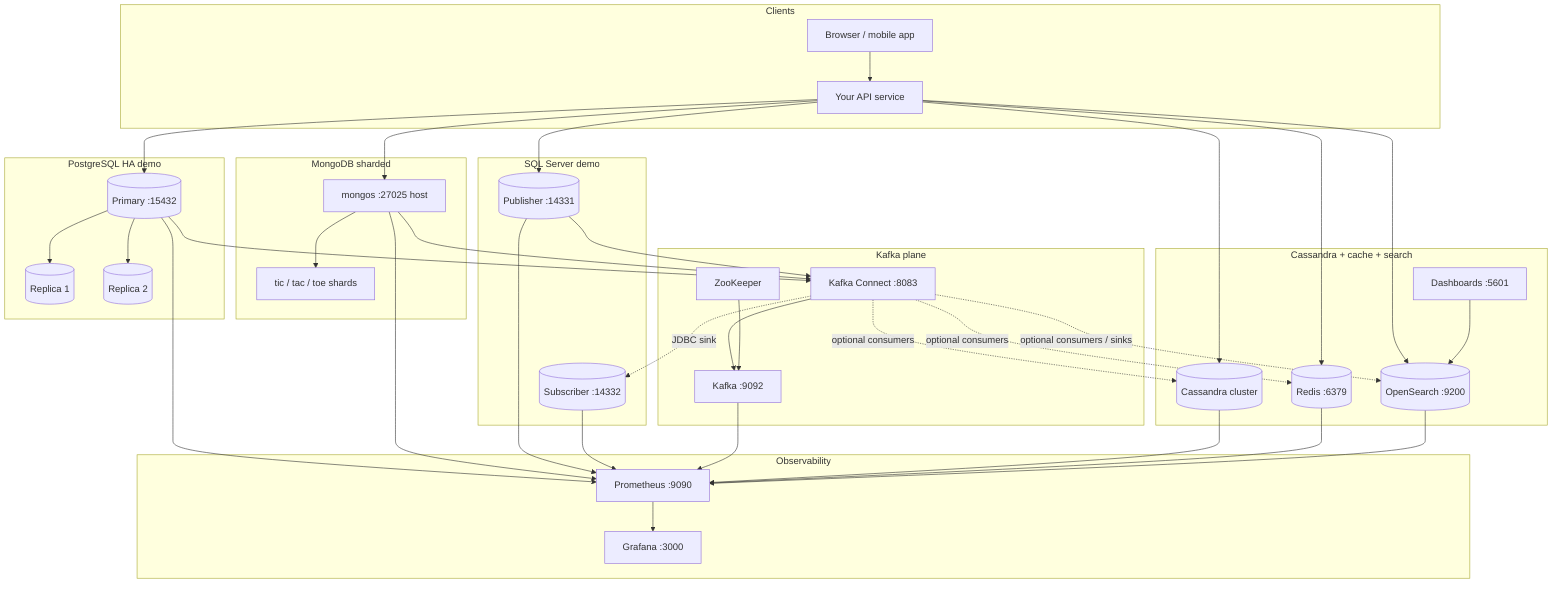
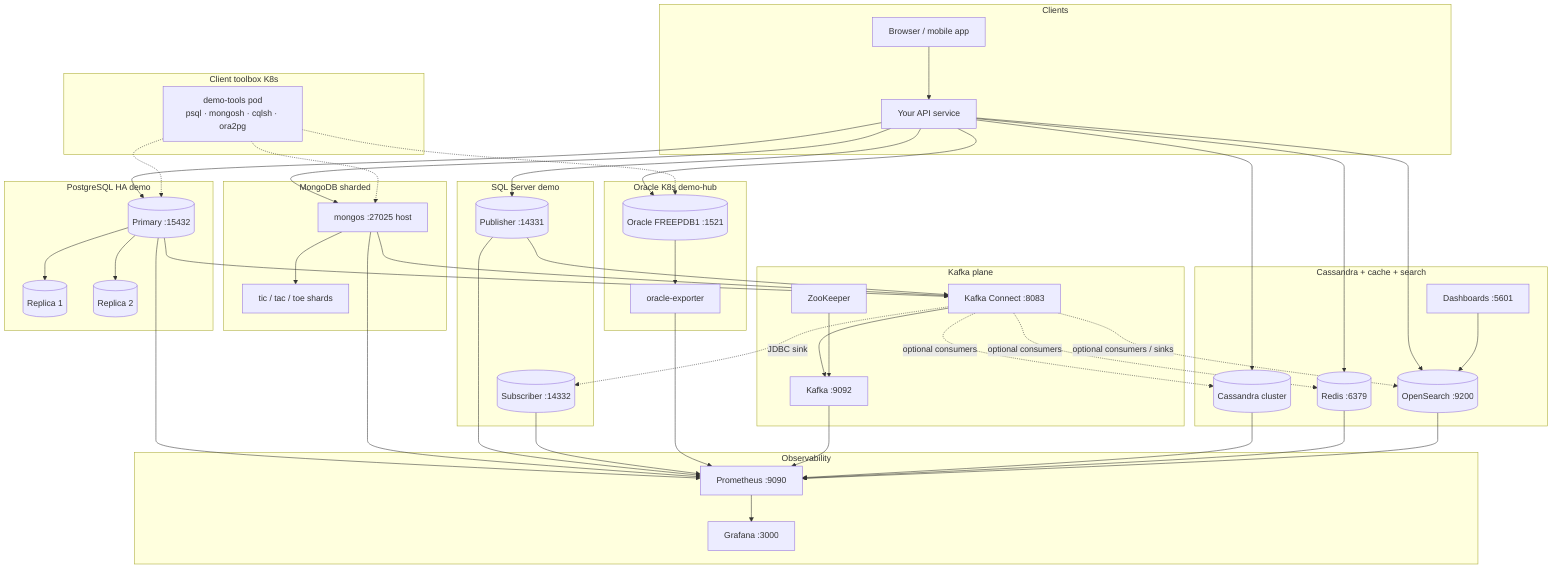
%% Realtime orders & search hub — all components on mcac_net (demo compose)
flowchart TB
  subgraph clients [Clients]
    U[Browser / mobile app]
    API[Your API service]
  end

  subgraph rdbms [PostgreSQL HA demo]
    PG[(Primary :15432)]
    PR1[(Replica 1)]
    PR2[(Replica 2)]
  end

  subgraph sqlsrv [SQL Server demo]
    MPUB[(Publisher :14331)]
    MSUB[(Subscriber :14332)]
+   end
+ 
+   subgraph oracle_demo [Oracle K8s demo-hub]
+     ORA[(Oracle FREEPDB1 :1521)]
+     OEXP[oracle-exporter]
+   end
+ 
+   subgraph toolbox [Client toolbox K8s]
+     TOOLS[demo-tools pod<br/>psql · mongosh · cqlsh · ora2pg]
  end

  subgraph mongo [MongoDB sharded]
    MONGOS[mongos :27025 host]
    TIC[tic / tac / toe shards]
  end

  subgraph kafka_stack [Kafka plane]
    ZK[ZooKeeper]
    K[Kafka :9092]
    KC[Kafka Connect :8083]
  end

  subgraph nosql [Cassandra + cache + search]
    CS[(Cassandra cluster)]
    RD[(Redis :6379)]
    OS[(OpenSearch :9200)]
    OSD[Dashboards :5601]
  end

  subgraph obs [Observability]
    PROM[Prometheus :9090]
    GF[Grafana :3000]
  end

  U --> API
  API --> PG
  API --> MPUB
+   API --> ORA
  API --> MONGOS
+   TOOLS -.-> PG
+   TOOLS -.-> ORA
+   TOOLS -.-> MONGOS
  API --> CS
  API --> RD
  API --> OS

  PG --> PR1
  PG --> PR2
  MONGOS --> TIC

  PG --> KC
  MONGOS --> KC
  MPUB --> KC
  KC --> K
  ZK --> K

  KC -. optional consumers / sinks .-> OS
  KC -. optional consumers .-> RD
  KC -. optional consumers .-> CS
  KC -. JDBC sink .-> MSUB

  OSD --> OS

  PG --> PROM
  MONGOS --> PROM
  MPUB --> PROM
  MSUB --> PROM
+   ORA --> OEXP
+   OEXP --> PROM
  K --> PROM
  CS --> PROM
  RD --> PROM
  OS --> PROM
  PROM --> GF
